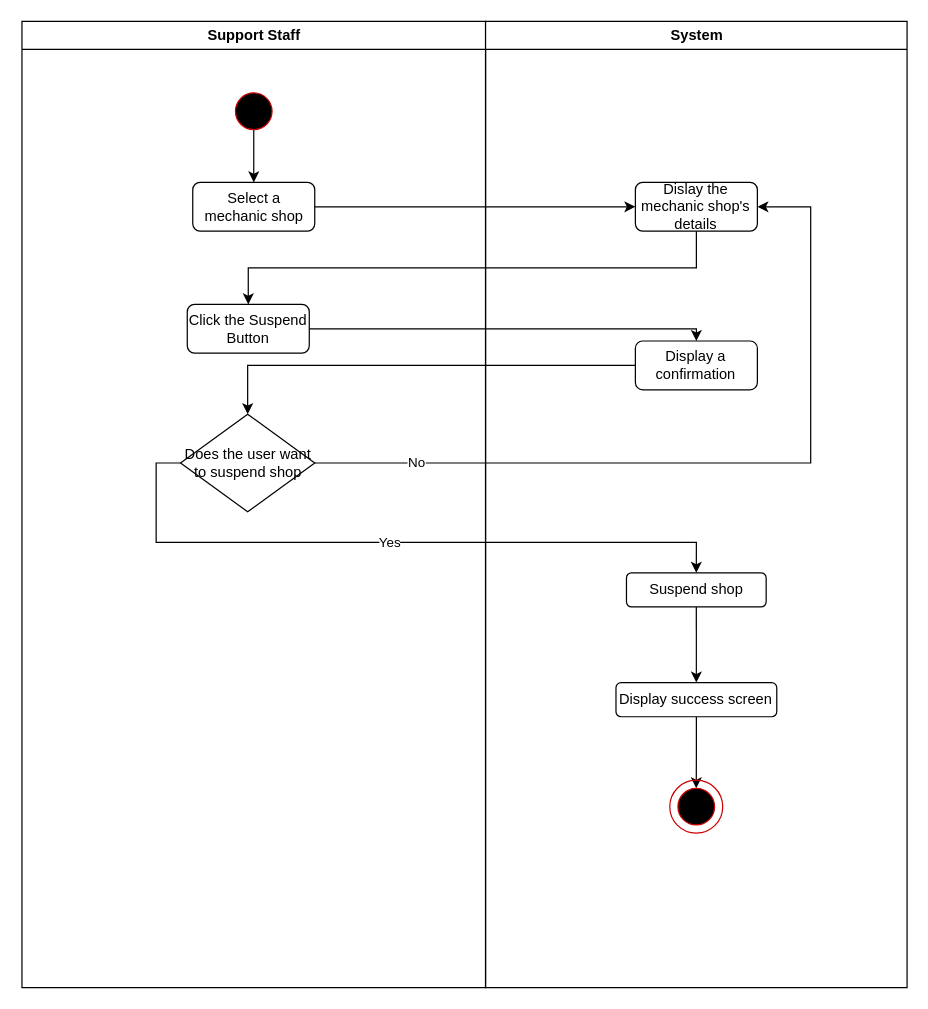
Above: Activity_Diagrams/Support/SuspendMechanicShop.drawio in Awrmani/AutoQuotes (draw.io), before the change. Source tidied: cells renumbered, new cells numbered last; positions are measured from the earlier drawing's top-left corner, leaving out a move shared by most shapes. Both pictures are drawn from the tidied source at 122%, with x=0, y=0 at pixel (21, 21).
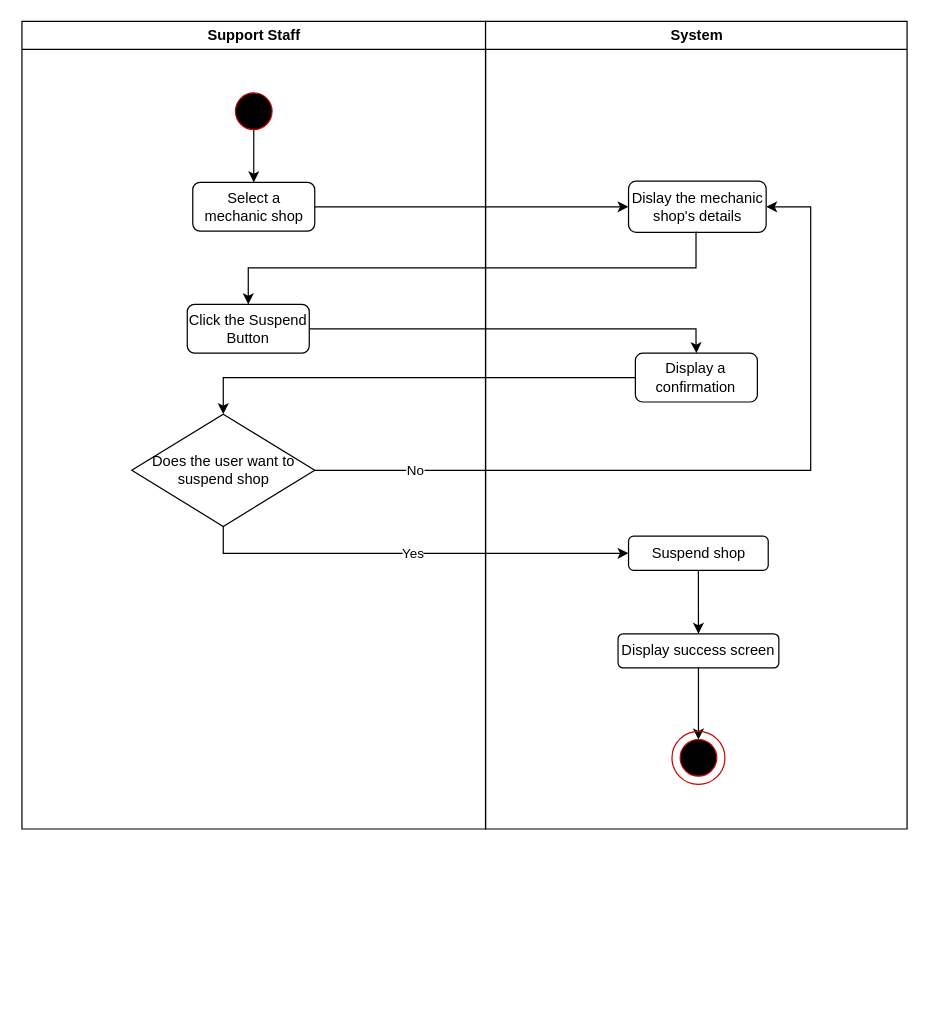
Above is the later version.

What changed in the source:
```diff
@@
     <mxCell id="2" value="Support Staff" style="swimlane;whiteSpace=wrap;" parent="1" vertex="1">
-      <mxGeometry x="0.5" width="380" height="792" as="geometry" />
+      <mxGeometry x="0.5" width="380" height="662" as="geometry" />
     </mxCell>
@@
     <mxCell id="8" value="Does the user want to suspend shop" style="rhombus;whiteSpace=wrap;html=1;" parent="2" vertex="1">
-      <mxGeometry x="130" y="322" width="110" height="80" as="geometry" />
+      <mxGeometry x="90" y="322" width="150" height="92" as="geometry" />
     </mxCell>
     <mxCell id="9" value="System" style="swimlane;whiteSpace=wrap;" parent="1" vertex="1">
-      <mxGeometry x="380.5" width="345.5" height="792" as="geometry" />
+      <mxGeometry x="380.5" width="345.5" height="662" as="geometry" />
     </mxCell>
     <mxCell id="10" value="Dislay the mechanic shop's details" style="rounded=1;whiteSpace=wrap;html=1;" parent="9" vertex="1">
-      <mxGeometry x="122.8" y="132" width="100" height="40" as="geometry" />
+      <mxGeometry x="117.2" y="131" width="112.8" height="42" as="geometry" />
     </mxCell>
@@
     <mxCell id="12" value="Display success screen" style="rounded=1;whiteSpace=wrap;html=1;" parent="9" vertex="1">
-      <mxGeometry x="106.9" y="542" width="131.8" height="28" as="geometry" />
+      <mxGeometry x="108.6" y="502" width="131.8" height="28" as="geometry" />
     </mxCell>
     <mxCell id="13" value="Display a confirmation" style="rounded=1;whiteSpace=wrap;html=1;" parent="9" vertex="1">
-      <mxGeometry x="122.8" y="262" width="100" height="40" as="geometry" />
+      <mxGeometry x="122.8" y="272" width="100" height="40" as="geometry" />
     </mxCell>
@@
     <mxCell id="15" value="Suspend shop" style="rounded=1;whiteSpace=wrap;html=1;" parent="9" vertex="1">
-      <mxGeometry x="115.5" y="452" width="114.5" height="28" as="geometry" />
+      <mxGeometry x="117.2" y="422" width="114.5" height="28" as="geometry" />
     </mxCell>
     <mxCell id="16" style="group;" parent="9" vertex="1">
-      <mxGeometry x="151" y="622" width="43.4" height="43.4" as="geometry" />
+      <mxGeometry x="152.8" y="582" width="43.4" height="43.4" as="geometry" />
     </mxCell>
@@
-    <mxCell id="22" style="edgeStyle=orthogonalEdgeStyle;rounded=0;jettySize=auto;html=1;" parent="1" edge="1" source="13" target="8">
+    <mxCell id="22" style="edgeStyle=orthogonalEdgeStyle;rounded=0;jettySize=auto;html=1;entryX=0.5;entryY=0;entryDx=0;entryDy=0;" parent="1" edge="1" source="13" target="8">
       <mxGeometry relative="1" as="geometry" />
     </mxCell>
-    <mxCell id="23" value="Yes" style="edgeStyle=orthogonalEdgeStyle;rounded=0;jettySize=auto;html=1;exitX=0;exitY=0.5;exitDx=0;exitDy=0;entryX=0.5;entryY=0;entryDx=0;entryDy=0;" parent="1" edge="1" source="8" target="15">
+    <mxCell id="23" value="Yes" style="edgeStyle=orthogonalEdgeStyle;rounded=0;jettySize=auto;html=1;exitX=0.5;exitY=1;exitDx=0;exitDy=0;entryX=0;entryY=0.5;entryDx=0;entryDy=0;" parent="1" edge="1" source="8" target="15">
       <mxGeometry relative="1" as="geometry" />
     </mxCell>
     <mxCell id="24" style="edgeStyle=orthogonalEdgeStyle;rounded=0;jettySize=auto;html=1;entryX=1;entryY=0.5;entryDx=0;entryDy=0;exitX=1;exitY=0.5;exitDx=0;exitDy=0;" parent="1" edge="1" source="8" target="10">
       <mxGeometry relative="1" as="geometry">
         <Array as="points">
-          <mxPoint x="647" y="362" />
+          <mxPoint x="647" y="368" />
           <mxPoint x="647" y="152" />
         </Array>
       </mxGeometry>
     </mxCell>
```
